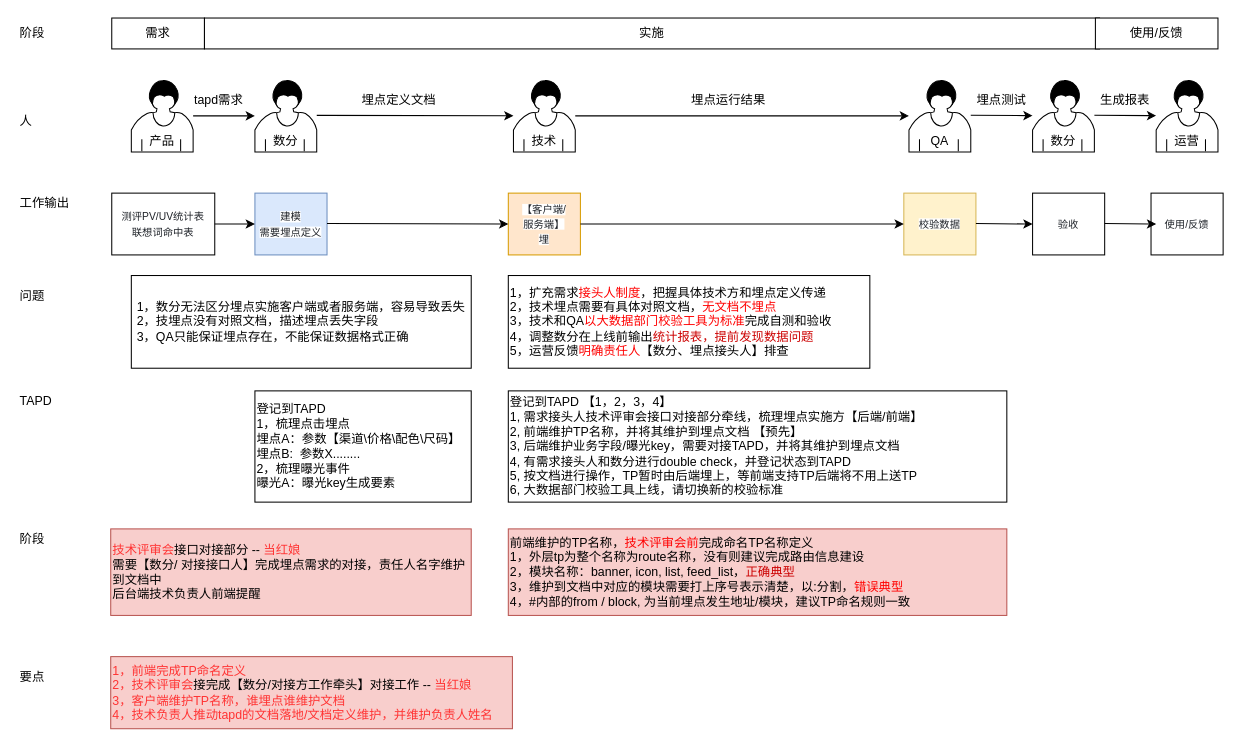
The draw.io diagram 任务流转流程.drawio in aiquantong/Hero, before the edit. Source tidied: cells renumbered, new cells numbered last; positions are measured from the earlier drawing's top-left corner, leaving out a move shared by most shapes. Both pictures are drawn from the tidied source at 103%, with x=0, y=0 at pixel (18, 18).
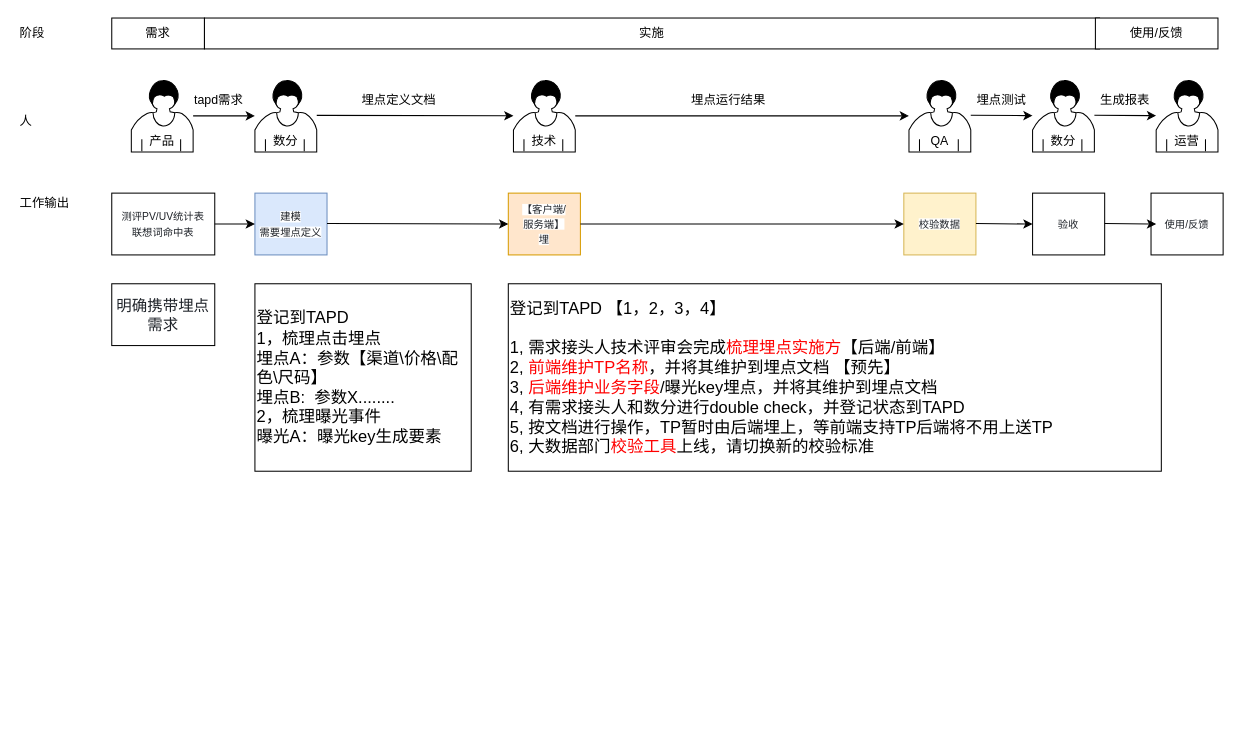
Above is the later version.

Commit message:
Update 任务流转流程.drawio

What changed in the source:
```diff
@@
-    <mxCell id="30" value="&lt;div style=&quot;text-align: left&quot;&gt;&lt;span&gt;1，数分无法区分埋点实施客户端或者服务端，容易导致丢失&lt;/span&gt;&lt;br&gt;&lt;/div&gt;&lt;div style=&quot;text-align: left&quot;&gt;&lt;span&gt;2，技埋点没有对照文档，描述埋点丢失字段&lt;/span&gt;&lt;/div&gt;&lt;div style=&quot;text-align: left&quot;&gt;&lt;span&gt;3，QA只能保证埋点存在，不能保证数据格式正确&lt;/span&gt;&lt;/div&gt;" style="rounded=0;whiteSpace=wrap;html=1;" parent="1" vertex="1">
-      <mxGeometry x="110" y="250" width="330" height="90" as="geometry" />
-    </mxCell>
-    <mxCell id="31" value="&lt;div&gt;1，扩充需求&lt;font color=&quot;#ff0000&quot;&gt;接头人制度&lt;/font&gt;，把握具体技术方和埋点定义传递&lt;/div&gt;&lt;div&gt;2，技术埋点需要有具体对照文档，&lt;font color=&quot;#ff0000&quot;&gt;无文档不埋点&lt;/font&gt;&lt;/div&gt;&lt;div&gt;3，技术和QA&lt;font color=&quot;#ff0000&quot;&gt;以大数据部门校验工具为标准&lt;/font&gt;完成自测和验收&lt;/div&gt;&lt;div&gt;4，调整数分在上线前输出&lt;font color=&quot;#cc0000&quot;&gt;统计报表，提前发现数据问题&lt;/font&gt;&lt;/div&gt;&lt;div&gt;&lt;div&gt;5，运营反馈&lt;font color=&quot;#ff0000&quot;&gt;明确责任人&lt;/font&gt;【数分、埋点接头人】排查&lt;/div&gt;&lt;/div&gt;" style="rounded=0;whiteSpace=wrap;html=1;align=left;" parent="1" vertex="1">
-      <mxGeometry x="476" y="250" width="351" height="90" as="geometry" />
-    </mxCell>
@@
-    <mxCell id="43" value="TAPD" style="text;html=1;strokeColor=none;fillColor=none;align=left;verticalAlign=middle;whiteSpace=wrap;rounded=0;" parent="1" vertex="1">
-      <mxGeometry y="362" width="80" height="20" as="geometry" />
-    </mxCell>
-    <mxCell id="44" value="问题" style="text;html=1;strokeColor=none;fillColor=none;align=left;verticalAlign=middle;whiteSpace=wrap;rounded=0;" parent="1" vertex="1">
-      <mxGeometry y="260" width="40" height="20" as="geometry" />
-    </mxCell>
-    <mxCell id="45" value="&lt;div&gt;&lt;span&gt;登记到TAPD&lt;/span&gt;&lt;/div&gt;&lt;div&gt;1，梳理点击埋点&lt;br&gt;埋点A：参数【渠道\价格\配色\尺码】&lt;br&gt;&lt;/div&gt;&lt;div&gt;埋点B:&amp;nbsp; 参数X........&lt;/div&gt;2，梳理&lt;span&gt;曝光事件&lt;/span&gt;&lt;br&gt;&lt;div&gt;曝光A：曝光key生成要素&lt;br&gt;&lt;/div&gt;" style="rounded=0;whiteSpace=wrap;html=1;align=left;" parent="1" vertex="1">
-      <mxGeometry x="230" y="362" width="210" height="108" as="geometry" />
+    <mxCell id="45" value="&lt;div style=&quot;font-size: 16px;&quot;&gt;&lt;span style=&quot;font-size: 16px;&quot;&gt;登记到TAPD&lt;/span&gt;&lt;/div&gt;&lt;div style=&quot;font-size: 16px;&quot;&gt;1，梳理点击埋点&lt;br style=&quot;font-size: 16px;&quot;&gt;埋点A：参数【渠道\价格\配色\尺码】&lt;br style=&quot;font-size: 16px;&quot;&gt;&lt;/div&gt;&lt;div style=&quot;font-size: 16px;&quot;&gt;埋点B:&amp;nbsp; 参数X........&lt;/div&gt;2，梳理&lt;span style=&quot;font-size: 16px;&quot;&gt;曝光事件&lt;/span&gt;&lt;br style=&quot;font-size: 16px;&quot;&gt;&lt;div style=&quot;font-size: 16px;&quot;&gt;曝光A：曝光key生成要素&lt;br style=&quot;font-size: 16px;&quot;&gt;&lt;/div&gt;" style="rounded=0;whiteSpace=wrap;html=1;align=left;fontSize=16;" parent="1" vertex="1">
+      <mxGeometry x="230" y="258" width="210" height="182" as="geometry" />
     </mxCell>
-    <mxCell id="46" value="&lt;div&gt;登记到TAPD 【1，2，3，4】&lt;/div&gt;&lt;div&gt;1, 需求接头人技术评审会接口对接部分牵线，梳理埋点实施方【后端/前端】&lt;/div&gt;&lt;div&gt;2, 前端维护TP名称，并将其维护到埋点文档 【预先】&amp;nbsp;&lt;/div&gt;&lt;div&gt;3, 后端维护业务字段/曝光key，需要对接TAPD，并将其维护到埋点文档&lt;br&gt;4, 有需求接头人和数分进行double check，并登记状态到TAPD&lt;br&gt;5, 按文档进行操作，TP暂时由后端埋上，等前端支持TP后端将不用上送TP&lt;/div&gt;&lt;div&gt;6, 大数据部门校验工具上线，请切换新的校验标准&lt;/div&gt;" style="rounded=0;whiteSpace=wrap;html=1;align=left;" parent="1" vertex="1">
-      <mxGeometry x="476" y="362" width="484" height="108" as="geometry" />
+    <mxCell id="46" value="&lt;div style=&quot;font-size: 16px&quot;&gt;&lt;font style=&quot;font-size: 16px&quot;&gt;登记到TAPD 【1，2，3，4】&lt;/font&gt;&lt;/div&gt;&lt;div style=&quot;font-size: 16px&quot;&gt;&lt;font style=&quot;font-size: 16px&quot;&gt;&lt;br&gt;&lt;/font&gt;&lt;/div&gt;&lt;div style=&quot;font-size: 16px&quot;&gt;&lt;font style=&quot;font-size: 16px&quot;&gt;1, 需求接头人技术评审会完成&lt;font color=&quot;#ff0000&quot;&gt;梳理埋点实施方&lt;/font&gt;【后端/前端】&lt;/font&gt;&lt;/div&gt;&lt;div style=&quot;font-size: 16px&quot;&gt;&lt;font style=&quot;font-size: 16px&quot;&gt;2, &lt;font color=&quot;#ff0000&quot;&gt;前端维护TP名称&lt;/font&gt;，并将其维护到埋点文档 【预先】&amp;nbsp;&lt;/font&gt;&lt;/div&gt;&lt;div style=&quot;font-size: 16px&quot;&gt;&lt;font style=&quot;font-size: 16px&quot;&gt;3, &lt;font color=&quot;#ff0000&quot;&gt;后端维护业务字段&lt;/font&gt;/曝光key埋点，并将其维护到埋点文档&lt;br&gt;4, 有需求接头人和数分进行double check，并登记状态到TAPD&lt;br&gt;5, 按文档进行操作，TP暂时由后端埋上，等前端支持TP后端将不用上送TP&lt;/font&gt;&lt;/div&gt;&lt;div style=&quot;font-size: 16px&quot;&gt;&lt;font style=&quot;font-size: 16px&quot;&gt;6, 大数据部门&lt;font color=&quot;#ff0000&quot;&gt;校验工具&lt;/font&gt;上线，请切换新的校验标准&lt;/font&gt;&lt;/div&gt;" style="rounded=0;whiteSpace=wrap;html=1;align=left;" parent="1" vertex="1">
+      <mxGeometry x="476" y="258" width="634" height="182" as="geometry" />
     </mxCell>
-    <mxCell id="47" value="阶段" style="text;html=1;strokeColor=none;fillColor=none;align=left;verticalAlign=middle;whiteSpace=wrap;rounded=0;" parent="1" vertex="1">
-      <mxGeometry y="496" width="55" height="20" as="geometry" />
-    </mxCell>
-    <mxCell id="48" value="&lt;font color=&quot;#ff3333&quot;&gt;技术评审会&lt;/font&gt;接口对接部分 -- &lt;font color=&quot;#ff3333&quot;&gt;当红娘&lt;/font&gt;&lt;br&gt;需要【数分/ 对接接口人】完成埋点需求的对接，责任人名字维护到文档中&lt;br&gt;后台端技术负责人前端提醒" style="rounded=0;whiteSpace=wrap;html=1;align=left;fillColor=#f8cecc;strokeColor=#b85450;" parent="1" vertex="1">
-      <mxGeometry x="90" y="496" width="350" height="84" as="geometry" />
-    </mxCell>
-    <mxCell id="49" value="前端维护的TP名称，&lt;font color=&quot;#ff0000&quot;&gt;技术评审会前&lt;/font&gt;完成命名TP名称定义&amp;nbsp;&lt;br&gt;1，外层tp为整个名称为route名称，没有则建议完成路由信息建设&lt;br&gt;2，模块名称：banner, icon, list, feed_list，&lt;font color=&quot;#cc0000&quot;&gt;正确典型&lt;/font&gt;&lt;br&gt;3，维护到文档中对应的模块需要打上序号表示清楚，以:分割，&lt;font color=&quot;#ff0000&quot;&gt;错误典型&lt;/font&gt;&lt;br&gt;4，#内部的from / block, 为当前埋点发生地址/模块，建议TP命名规则一致" style="rounded=0;whiteSpace=wrap;html=1;align=left;fillColor=#f8cecc;strokeColor=#b85450;" parent="1" vertex="1">
-      <mxGeometry x="476" y="496" width="484" height="84" as="geometry" />
-    </mxCell>
-    <mxCell id="50" value="要点" style="text;html=1;strokeColor=none;fillColor=none;align=left;verticalAlign=middle;whiteSpace=wrap;rounded=0;" parent="1" vertex="1">
-      <mxGeometry y="630" width="55" height="20" as="geometry" />
-    </mxCell>
-    <mxCell id="51" value="&lt;font color=&quot;#ff3333&quot;&gt;1，前端完成TP命名定义&lt;br&gt;2，技术评审会&lt;/font&gt;接完成【数分/对接方工作牵头】对接工作 -- &lt;font color=&quot;#ff3333&quot;&gt;当红娘&lt;br&gt;3，&lt;/font&gt;&lt;span style=&quot;color: rgb(255 , 51 , 51)&quot;&gt;客户端维护TP名称，&lt;/span&gt;&lt;font color=&quot;#ff3333&quot;&gt;谁埋点谁维护文档&lt;br&gt;4，技术负责人推动tapd的文档落地/文档定义维护，并维护负责人姓名&lt;br&gt;&lt;/font&gt;" style="rounded=0;whiteSpace=wrap;html=1;align=left;fillColor=#f8cecc;strokeColor=#b85450;" parent="1" vertex="1">
-      <mxGeometry x="90" y="620" width="390" height="70" as="geometry" />
-    </mxCell>
+    <mxCell id="52" value="&lt;font color=&quot;#1f2329&quot; style=&quot;font-size: 15px;&quot;&gt;&lt;span style=&quot;font-size: 15px; background-color: rgb(255, 255, 255);&quot;&gt;明确携带埋点需求&lt;br style=&quot;font-size: 15px;&quot;&gt;&lt;/span&gt;&lt;/font&gt;" style="rounded=0;whiteSpace=wrap;html=1;fontSize=15;" parent="1" vertex="1">
+      <mxGeometry x="91" y="258" width="100" height="60" as="geometry" />
+    </mxCell>
```
